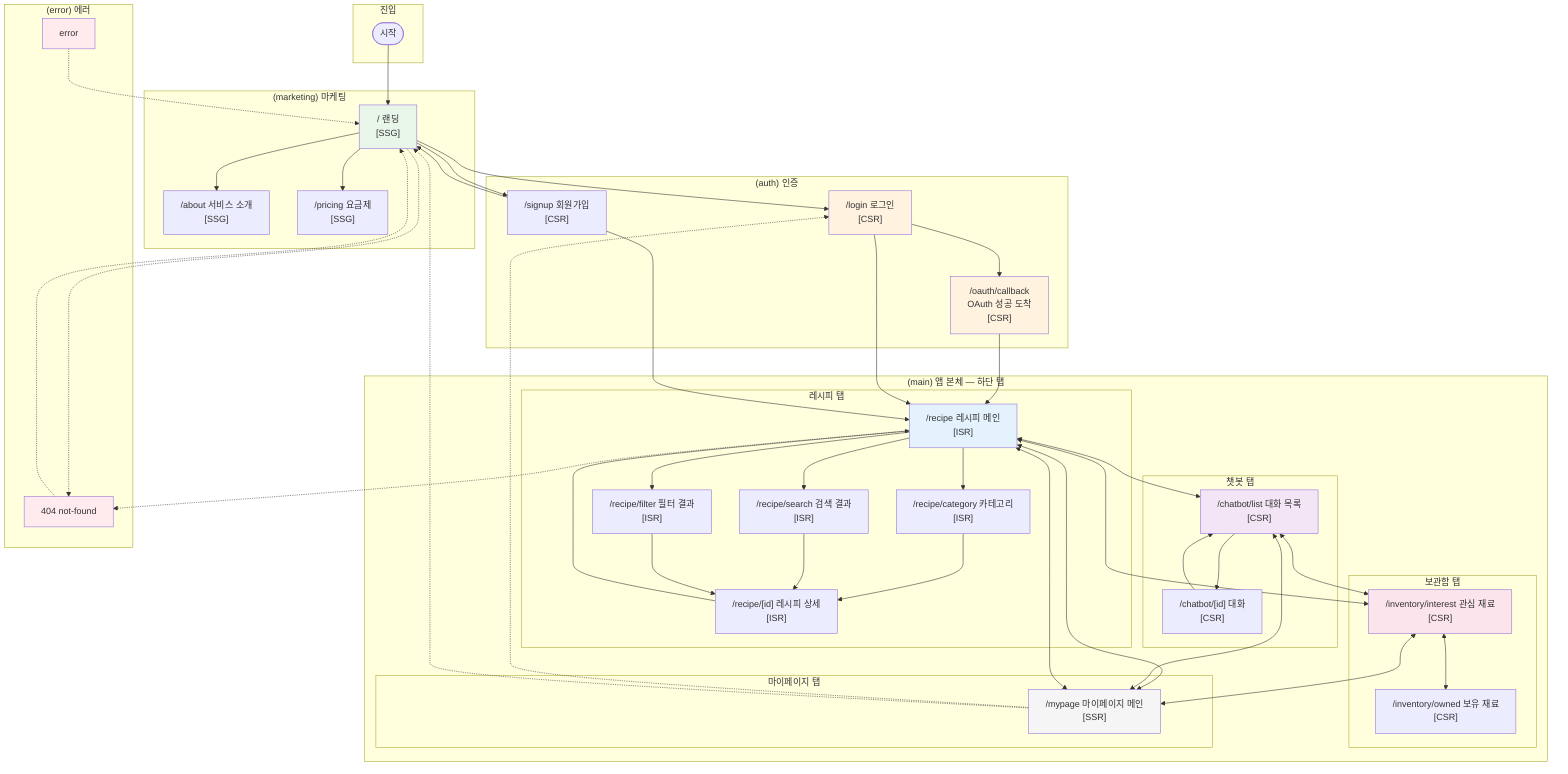
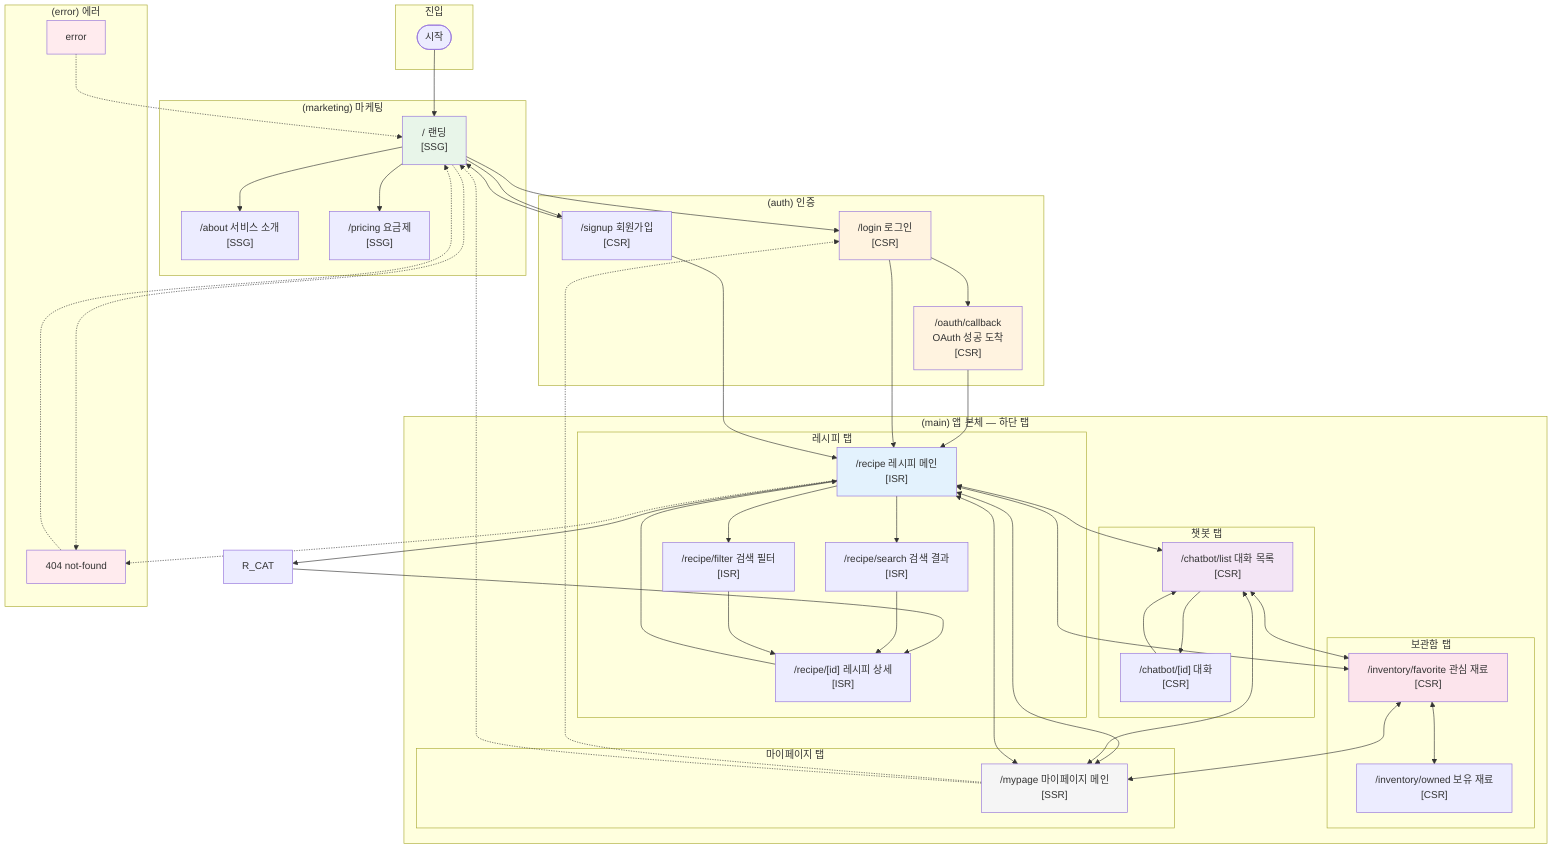
%% 화면 흐름도 (Screen Flowchart)
%% 기준: agent/spec/frontend_architecture_spec.md §2 페이지 구조 및 라우팅 맵

flowchart TB
    subgraph entry["진입"]
        START([시작])
    end

    subgraph marketing["(marketing) 마케팅"]
        LANDING["/ 랜딩<br/>[SSG]"]
        ABOUT["/about 서비스 소개<br/>[SSG]"]
        PRICING["/pricing 요금제<br/>[SSG]"]
    end

    subgraph auth["(auth) 인증"]
        LOGIN["/login 로그인<br/>[CSR]"]
        SIGNUP["/signup 회원가입<br/>[CSR]"]
        OAUTH_CB["/oauth/callback<br/>OAuth 성공 도착<br/>[CSR]"]
    end

    subgraph main["(main) 앱 본체 — 하단 탭"]
        subgraph recipe_tab["레시피 탭"]
            R_MAIN["/recipe 레시피 메인<br/>[ISR]"]
-             R_CAT["/recipe/category 카테고리<br/>[ISR]"]
            R_SEARCH["/recipe/search 검색 결과<br/>[ISR]"]
-             R_FILTER["/recipe/filter 필터 결과<br/>[ISR]"]
+             R_FILTER["/recipe/filter 검색 필터<br/>[ISR]"]
            R_DETAIL["/recipe/[id] 레시피 상세<br/>[ISR]"]
        end

        subgraph chatbot_tab["챗봇 탭"]
            C_LIST["/chatbot/list 대화 목록<br/>[CSR]"]
            C_CHAT["/chatbot/[id] 대화<br/>[CSR]"]
        end

        subgraph inventory_tab["보관함 탭"]
-             INV_INTEREST["/inventory/interest 관심 재료<br/>[CSR]"]
+             INV_FAVORITE["/inventory/favorite 관심 재료<br/>[CSR]"]
            INV_OWNED["/inventory/owned 보유 재료<br/>[CSR]"]
        end

        subgraph mypage_tab["마이페이지 탭"]
            MYPAGE["/mypage 마이페이지 메인<br/>[SSR]"]
        end
    end

    subgraph error["(error) 에러"]
        NOT_FOUND["404 not-found"]
        ERROR_PAGE["error"]
    end

    %% 진입 → 마케팅
    START --> LANDING
    LANDING --> ABOUT
    LANDING --> PRICING

    %% 마케팅 ↔ 인증
    LANDING --> LOGIN
    LANDING --> SIGNUP
    LOGIN --> OAUTH_CB
    SIGNUP --> LANDING

    %% OAuth 성공 후 앱 진입
    OAUTH_CB --> R_MAIN

    %% 로그인/회원가입 성공 후 앱 진입
    LOGIN --> R_MAIN
    SIGNUP --> R_MAIN

    %% 레시피 탭 내부 흐름
    R_MAIN --> R_CAT
    R_MAIN --> R_SEARCH
    R_MAIN --> R_FILTER
    R_CAT --> R_DETAIL
    R_SEARCH --> R_DETAIL
    R_FILTER --> R_DETAIL
    R_DETAIL --> R_MAIN

    %% 챗봇 탭 내부 흐름
    C_LIST --> C_CHAT
    C_CHAT --> C_LIST

    %% 탭 간 전환 (대표 경로만 표시)
    R_MAIN <--> C_LIST
-     R_MAIN <--> INV_INTEREST
+     R_MAIN <--> INV_FAVORITE
    R_MAIN <--> MYPAGE
-     C_LIST <--> INV_INTEREST
+     C_LIST <--> INV_FAVORITE
    C_LIST <--> MYPAGE
-     INV_INTEREST <--> INV_OWNED
-     INV_INTEREST <--> MYPAGE
+     INV_FAVORITE <--> INV_OWNED
+     INV_FAVORITE <--> MYPAGE
    MYPAGE <--> R_MAIN

    %% 마이페이지에서 로그아웃 등 → 랜딩/로그인
    MYPAGE -.-> LOGIN
    MYPAGE -.-> LANDING

    %% 잘못된 경로 → 404
    LANDING -.-> NOT_FOUND
    R_MAIN -.-> NOT_FOUND
    NOT_FOUND -.-> LANDING
    ERROR_PAGE -.-> LANDING

    %% 스타일
    style LANDING fill:#e8f5e9
    style LOGIN fill:#fff3e0
    style OAUTH_CB fill:#fff3e0
    style R_MAIN fill:#e3f2fd
    style C_LIST fill:#f3e5f5
-     style INV_INTEREST fill:#fce4ec
+     style INV_FAVORITE fill:#fce4ec
    style MYPAGE fill:#f5f5f5
    style NOT_FOUND fill:#ffebee
    style ERROR_PAGE fill:#ffebee
